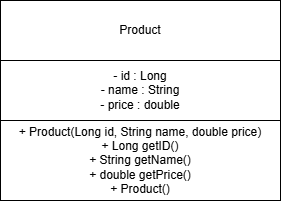
This is docs/uml/Product.png from darren-adjei/products-api, a draw.io export, as it was before one commit. Source tidied: cells renumbered, new cells last; positions are measured from the earlier drawing's top-left corner, leaving out a move shared by most shapes.
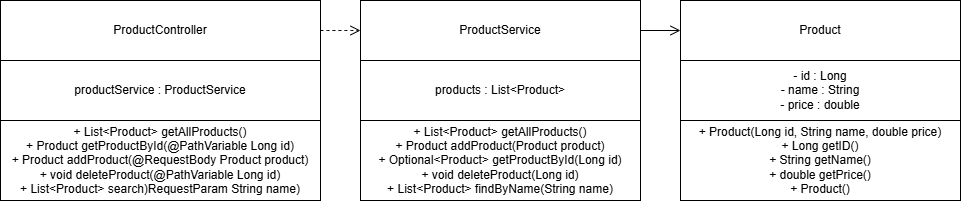
After the change.

Change to the diagram source:
```diff
@@ -11,5 +11,29 @@
     <mxCell id="4" value="+ Product(Long id, String name, double price)&lt;div&gt;+ Long getID()&lt;/div&gt;&lt;div&gt;+ String getName()&lt;/div&gt;&lt;div&gt;+ double getPrice()&lt;/div&gt;&lt;div&gt;+ Product()&lt;/div&gt;" style="rounded=0;whiteSpace=wrap;html=1;" parent="1" vertex="1">
       <mxGeometry y="120" width="280" height="80" as="geometry" />
     </mxCell>
+    <mxCell id="5" style="edgeStyle=orthogonalEdgeStyle;shape=connector;curved=1;rounded=0;curveGeometry=1;jettySize=auto;html=1;exitX=1;exitY=0.5;exitDx=0;exitDy=0;entryX=0;entryY=0.5;entryDx=0;entryDy=0;strokeColor=default;align=center;verticalAlign=middle;fontFamily=Helvetica;fontSize=11;fontColor=default;labelBackgroundColor=default;startSize=8;endArrow=open;endFill=0;endSize=8;dashed=1;" parent="1" edge="1" source="6" target="10">
+      <mxGeometry relative="1" as="geometry" />
+    </mxCell>
+    <mxCell id="6" value="ProductController" style="rounded=0;whiteSpace=wrap;html=1;" parent="1" vertex="1">
+      <mxGeometry x="-680" width="320" height="60" as="geometry" />
+    </mxCell>
+    <mxCell id="7" value="productService : ProductService" style="rounded=0;whiteSpace=wrap;html=1;" parent="1" vertex="1">
+      <mxGeometry x="-680" y="60" width="320" height="60" as="geometry" />
+    </mxCell>
+    <mxCell id="8" value="+ List&amp;lt;Product&amp;gt; getAllProducts()&lt;div&gt;+ Product getProductById(@PathVariable Long id)&lt;/div&gt;&lt;div&gt;+ Product addProduct(@RequestBody Product product)&lt;/div&gt;&lt;div&gt;+ void deleteProduct(@PathVariable Long id)&lt;/div&gt;&lt;div&gt;+ List&amp;lt;Product&amp;gt; search)RequestParam String name)&lt;/div&gt;" style="rounded=0;whiteSpace=wrap;html=1;" parent="1" vertex="1">
+      <mxGeometry x="-680" y="120" width="320" height="80" as="geometry" />
+    </mxCell>
+    <mxCell id="9" style="edgeStyle=orthogonalEdgeStyle;shape=connector;curved=1;rounded=0;curveGeometry=1;jettySize=auto;html=1;exitX=1;exitY=0.5;exitDx=0;exitDy=0;entryX=0;entryY=0.5;entryDx=0;entryDy=0;strokeColor=default;align=center;verticalAlign=middle;fontFamily=Helvetica;fontSize=11;fontColor=default;labelBackgroundColor=default;startSize=8;endArrow=open;endFill=0;endSize=8;" parent="1" edge="1" source="10" target="2">
+      <mxGeometry relative="1" as="geometry" />
+    </mxCell>
+    <mxCell id="10" value="ProductService" style="rounded=0;whiteSpace=wrap;html=1;" parent="1" vertex="1">
+      <mxGeometry x="-320" width="280" height="60" as="geometry" />
+    </mxCell>
+    <mxCell id="11" value="products : List&amp;lt;Product&amp;gt;" style="rounded=0;whiteSpace=wrap;html=1;" parent="1" vertex="1">
+      <mxGeometry x="-320" y="60" width="280" height="60" as="geometry" />
+    </mxCell>
+    <mxCell id="12" value="+ List&amp;lt;Product&amp;gt; getAllProducts()&lt;div&gt;+ Product addProduct(Product product)&lt;/div&gt;&lt;div&gt;+ Optional&amp;lt;Product&amp;gt; getProductById(Long id)&lt;/div&gt;&lt;div&gt;+ void deleteProduct(Long id)&lt;/div&gt;&lt;div&gt;+ List&amp;lt;Product&amp;gt; findByName(String name)&lt;/div&gt;" style="rounded=0;whiteSpace=wrap;html=1;" parent="1" vertex="1">
+      <mxGeometry x="-320" y="120" width="280" height="80" as="geometry" />
+    </mxCell>
   </root>
 </mxGraphModel>
```
